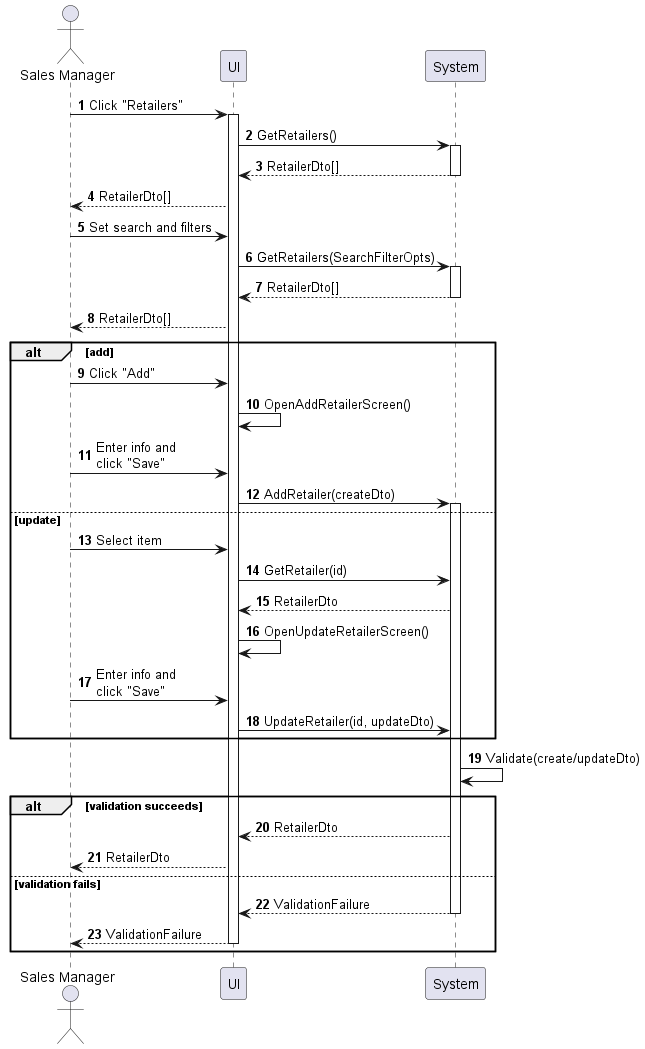
The PlantUML diagram sequences/retailer-manage.png in phihungha/scmss-reqs, before a commit.
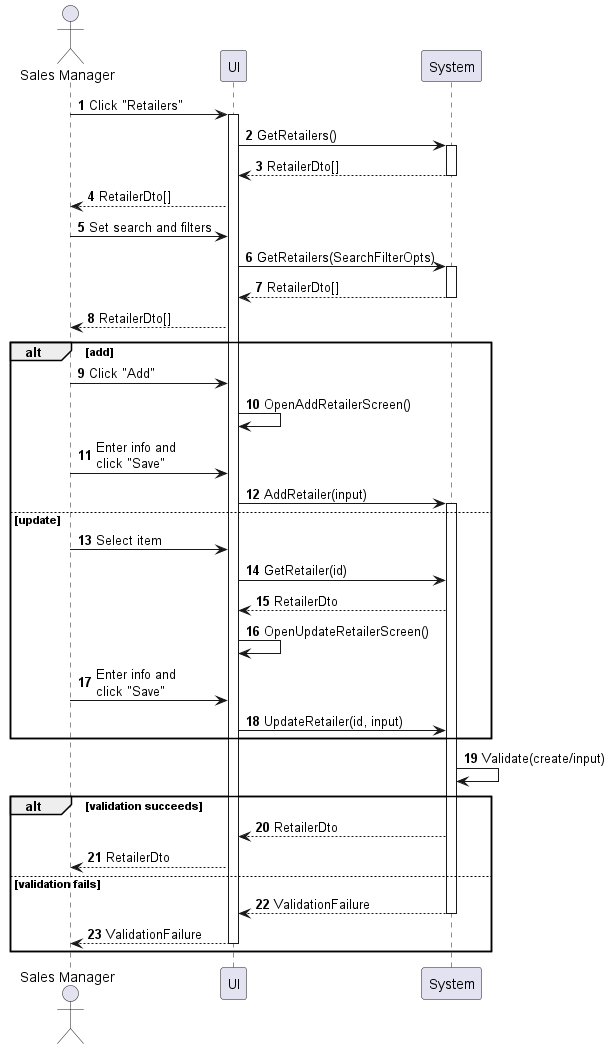
The same diagram one commit later.

The edit, as a diff of the source:
```diff
@@ -21,7 +21,7 @@
     a -> f : Click "Add"
     f -> f : OpenAddRetailerScreen()
     a -> f : Enter info and\nclick "Save"
-    f -> b : AddRetailer(createDto)
+    f -> b : AddRetailer(input)
     activate b
 else update
     a -> f : Select item
@@ -29,10 +29,10 @@
     b --> f : RetailerDto
     f -> f : OpenUpdateRetailerScreen()
     a -> f : Enter info and\nclick "Save"
-    f -> b : UpdateRetailer(id, updateDto)
+    f -> b : UpdateRetailer(id, input)
 end
 
-b -> b : Validate(create/updateDto)
+b -> b : Validate(create/input)
 
 alt validation succeeds
     b --> f : RetailerDto
```
